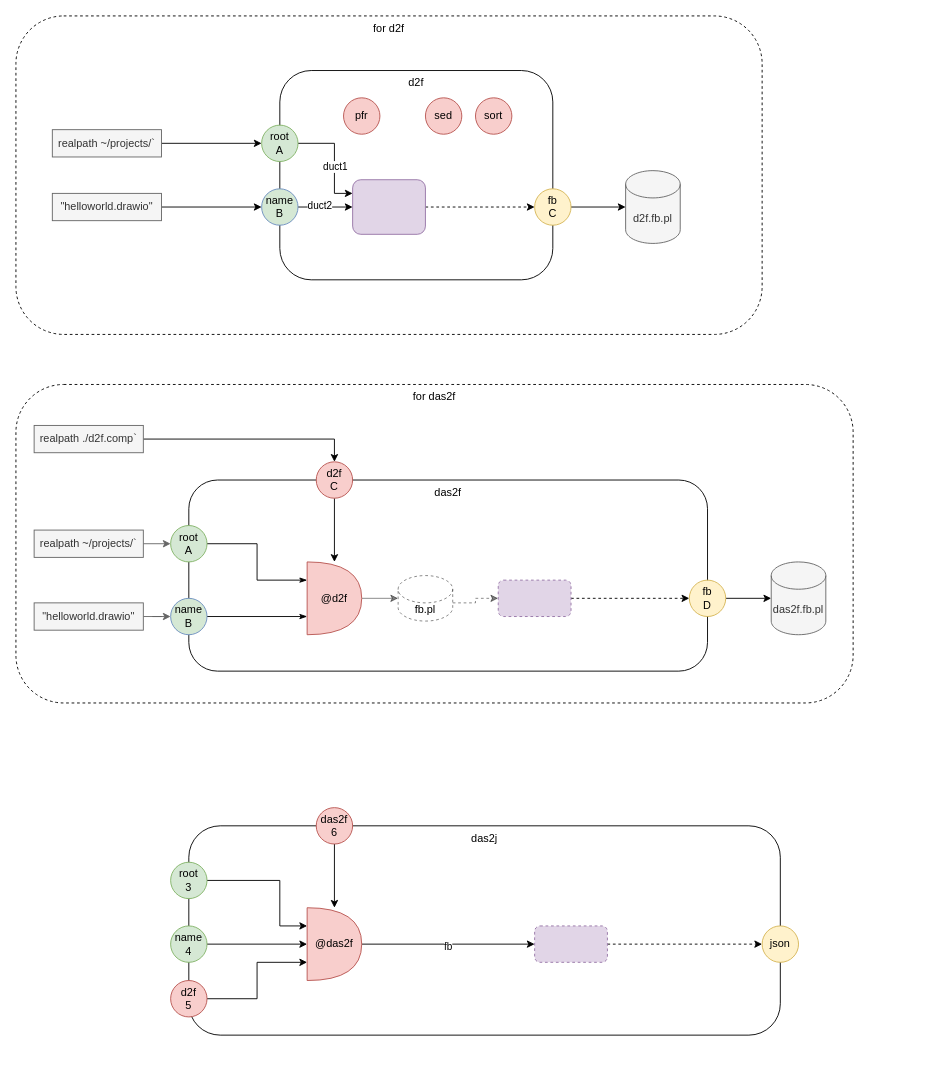
Earlier version of the draw.io diagram page "Page-2" (2 of 2) of components.drawio (guitarvydas/d2py). Source tidied: cells renumbered, new cells numbered last; positions are measured from the earlier drawing's top-left corner, leaving out a move shared by most shapes. Both pictures are drawn from the tidied source at 91%, with x=0, y=0 at pixel (15, 15).
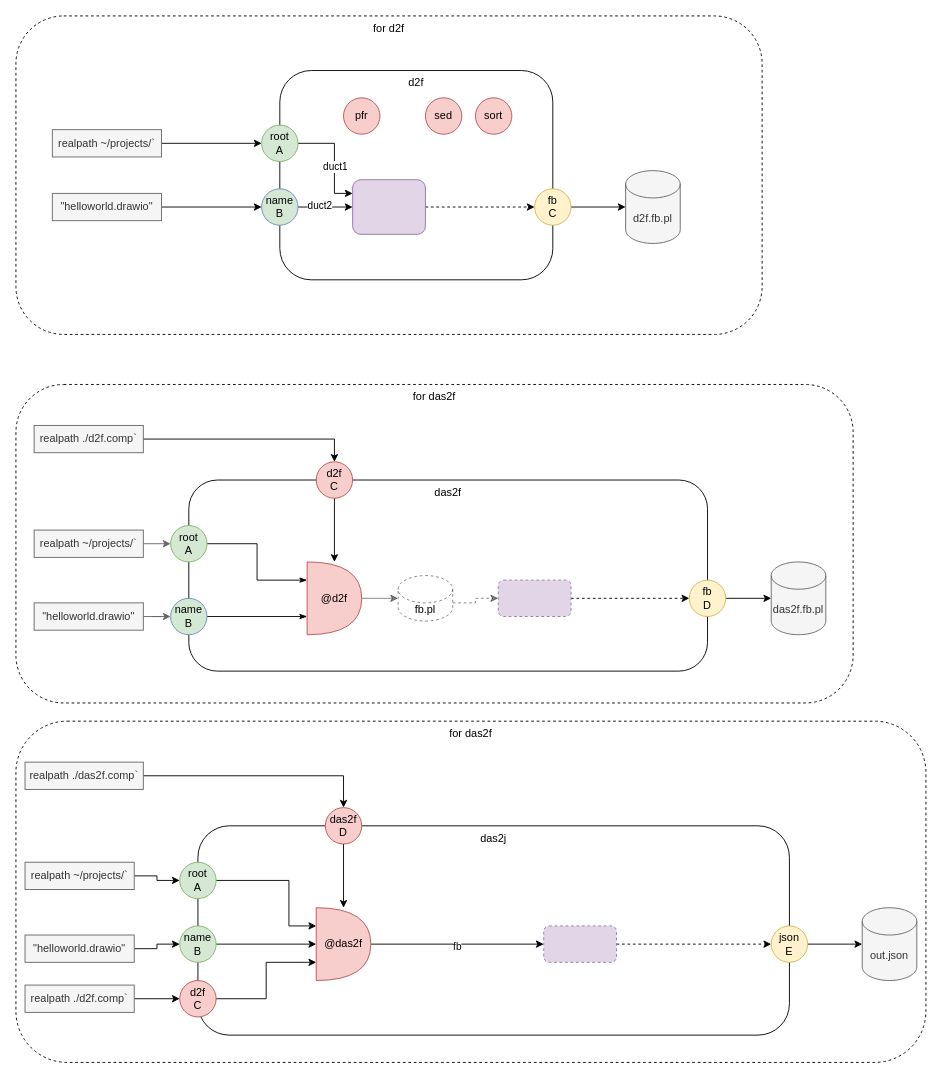
Above is the later version.

The edit, as a diff of the source:
```diff
@@
+    <mxCell id="60" value="for das2f" style="rounded=1;whiteSpace=wrap;html=1;dashed=1;verticalAlign=top;" parent="1" vertex="1">
+      <mxGeometry y="775" width="1000" height="375" as="geometry" />
+    </mxCell>
@@
     <mxCell id="45" value="das2j" style="rounded=1;whiteSpace=wrap;html=1;verticalAlign=top;" parent="1" vertex="1">
-      <mxGeometry x="190" y="890" width="650" height="230" as="geometry" />
+      <mxGeometry x="200" y="890" width="650" height="230" as="geometry" />
     </mxCell>
@@
-    <mxCell id="47" value="name&lt;br&gt;4" style="ellipse;whiteSpace=wrap;html=1;fillColor=#d5e8d4;strokeColor=#82b366;" parent="1" vertex="1">
-      <mxGeometry x="170" y="1000" width="40" height="40" as="geometry" />
+    <mxCell id="47" value="name&lt;br&gt;B" style="ellipse;whiteSpace=wrap;html=1;fillColor=#d5e8d4;strokeColor=#82b366;" parent="1" vertex="1">
+      <mxGeometry x="180" y="1000" width="40" height="40" as="geometry" />
     </mxCell>
@@
-    <mxCell id="49" value="das2f&lt;br&gt;6" style="ellipse;whiteSpace=wrap;html=1;fillColor=#f8cecc;strokeColor=#b85450;" parent="1" vertex="1">
-      <mxGeometry x="330" y="870" width="40" height="40" as="geometry" />
+    <mxCell id="49" value="das2f&lt;br&gt;D" style="ellipse;whiteSpace=wrap;html=1;fillColor=#f8cecc;strokeColor=#b85450;" parent="1" vertex="1">
+      <mxGeometry x="340" y="870" width="40" height="40" as="geometry" />
     </mxCell>
     <mxCell id="50" style="edgeStyle=orthogonalEdgeStyle;rounded=0;jettySize=auto;html=1;exitX=1;exitY=0.5;exitDx=0;exitDy=0;exitPerimeter=0;endArrow=classic;endFill=1;strokeColor=#000000;strokeWidth=1;" parent="1" edge="1" source="52">
       <mxGeometry relative="1" as="geometry">
-        <mxPoint x="570" y="1020" as="targetPoint" />
+        <mxPoint x="580" y="1020" as="targetPoint" />
       </mxGeometry>
     </mxCell>
@@
     <mxCell id="52" value="@das2f" style="shape=or;whiteSpace=wrap;html=1;fillColor=#f8cecc;strokeColor=#b85450;" parent="1" vertex="1">
-      <mxGeometry x="320" y="980" width="60" height="80" as="geometry" />
+      <mxGeometry x="330" y="980" width="60" height="80" as="geometry" />
     </mxCell>
     <mxCell id="53" style="edgeStyle=orthogonalEdgeStyle;rounded=0;jettySize=auto;html=1;entryX=0;entryY=0.25;entryDx=0;entryDy=0;entryPerimeter=0;endArrow=classic;endFill=1;strokeColor=#000000;strokeWidth=1;" parent="1" edge="1" source="54" target="52">
       <mxGeometry relative="1" as="geometry">
         <Array as="points">
-          <mxPoint x="290" y="950" />
-          <mxPoint x="290" y="1000" />
+          <mxPoint x="300" y="950" />
+          <mxPoint x="300" y="1000" />
         </Array>
       </mxGeometry>
     </mxCell>
-    <mxCell id="54" value="root&lt;br&gt;3" style="ellipse;whiteSpace=wrap;html=1;fillColor=#d5e8d4;strokeColor=#82b366;" parent="1" vertex="1">
-      <mxGeometry x="170" y="930" width="40" height="40" as="geometry" />
+    <mxCell id="54" value="root&lt;br&gt;A" style="ellipse;whiteSpace=wrap;html=1;fillColor=#d5e8d4;strokeColor=#82b366;" parent="1" vertex="1">
+      <mxGeometry x="180" y="930" width="40" height="40" as="geometry" />
     </mxCell>
@@
-    <mxCell id="56" value="d2f&lt;br&gt;5" style="ellipse;whiteSpace=wrap;html=1;fillColor=#f8cecc;strokeColor=#b85450;" parent="1" vertex="1">
-      <mxGeometry x="170" y="1060" width="40" height="40" as="geometry" />
+    <mxCell id="56" value="d2f&lt;br&gt;C" style="ellipse;whiteSpace=wrap;html=1;fillColor=#f8cecc;strokeColor=#b85450;" parent="1" vertex="1">
+      <mxGeometry x="180" y="1060" width="40" height="40" as="geometry" />
     </mxCell>
@@
     <mxCell id="58" style="rounded=1;whiteSpace=wrap;html=1;fillColor=#e1d5e7;strokeColor=#9673a6;dashed=1;" parent="1" vertex="1">
-      <mxGeometry x="570" y="1000" width="80" height="40" as="geometry" />
+      <mxGeometry x="580" y="1000" width="80" height="40" as="geometry" />
     </mxCell>
+    <mxCell id="61" style="edgeStyle=orthogonalEdgeStyle;rounded=0;jettySize=auto;html=1;exitX=1;exitY=0.5;exitDx=0;exitDy=0;entryX=0;entryY=0.5;entryDx=0;entryDy=0;entryPerimeter=0;" parent="1" edge="1" source="59" target="70">
+      <mxGeometry relative="1" as="geometry" />
+    </mxCell>
-    <mxCell id="59" value="json" style="ellipse;whiteSpace=wrap;html=1;fillColor=#fff2cc;strokeColor=#d6b656;" parent="1" vertex="1">
-      <mxGeometry x="820" y="1000" width="40" height="40" as="geometry" />
+    <mxCell id="59" value="json&lt;br&gt;E" style="ellipse;whiteSpace=wrap;html=1;fillColor=#fff2cc;strokeColor=#d6b656;" parent="1" vertex="1">
+      <mxGeometry x="830" y="1000" width="40" height="40" as="geometry" />
     </mxCell>
+    <mxCell id="62" style="edgeStyle=orthogonalEdgeStyle;rounded=0;jettySize=auto;html=1;exitX=1;exitY=0.5;exitDx=0;exitDy=0;" parent="1" edge="1" source="63" target="54">
+      <mxGeometry relative="1" as="geometry" />
+    </mxCell>
+    <mxCell id="63" value="realpath ~/projects/`" style="rounded=0;whiteSpace=wrap;html=1;fillColor=#f5f5f5;strokeColor=#666666;fontColor=#333333;" parent="1" vertex="1">
+      <mxGeometry x="10" y="930" width="120" height="30" as="geometry" />
+    </mxCell>
+    <mxCell id="64" style="edgeStyle=orthogonalEdgeStyle;rounded=0;jettySize=auto;html=1;exitX=1;exitY=0.5;exitDx=0;exitDy=0;entryX=0;entryY=0.5;entryDx=0;entryDy=0;" parent="1" edge="1" source="65" target="47">
+      <mxGeometry relative="1" as="geometry" />
+    </mxCell>
+    <mxCell id="65" value="&quot;helloworld.drawio&quot;" style="rounded=0;whiteSpace=wrap;html=1;fillColor=#f5f5f5;strokeColor=#666666;fontColor=#333333;" parent="1" vertex="1">
+      <mxGeometry x="10" y="1010" width="120" height="30" as="geometry" />
+    </mxCell>
+    <mxCell id="66" style="edgeStyle=orthogonalEdgeStyle;rounded=0;jettySize=auto;html=1;exitX=1;exitY=0.5;exitDx=0;exitDy=0;" parent="1" edge="1" source="67" target="56">
+      <mxGeometry relative="1" as="geometry" />
+    </mxCell>
+    <mxCell id="67" value="realpath ./d2f.comp`" style="rounded=0;whiteSpace=wrap;html=1;fillColor=#f5f5f5;strokeColor=#666666;fontColor=#333333;" parent="1" vertex="1">
+      <mxGeometry x="10" y="1065" width="120" height="30" as="geometry" />
+    </mxCell>
+    <mxCell id="68" style="edgeStyle=orthogonalEdgeStyle;rounded=0;jettySize=auto;html=1;exitX=1;exitY=0.5;exitDx=0;exitDy=0;entryX=0.5;entryY=0;entryDx=0;entryDy=0;" parent="1" edge="1" source="69" target="49">
+      <mxGeometry relative="1" as="geometry" />
+    </mxCell>
+    <mxCell id="69" value="realpath ./das2f.comp`" style="rounded=0;whiteSpace=wrap;html=1;fillColor=#f5f5f5;strokeColor=#666666;fontColor=#333333;" parent="1" vertex="1">
+      <mxGeometry x="10" y="820" width="130" height="30" as="geometry" />
+    </mxCell>
+    <mxCell id="70" value="out.json" style="shape=cylinder3;whiteSpace=wrap;html=1;boundedLbl=1;backgroundOutline=1;size=15;fillColor=#f5f5f5;strokeColor=#666666;fontColor=#333333;" parent="1" vertex="1">
+      <mxGeometry x="930" y="980" width="60" height="80" as="geometry" />
+    </mxCell>
```
